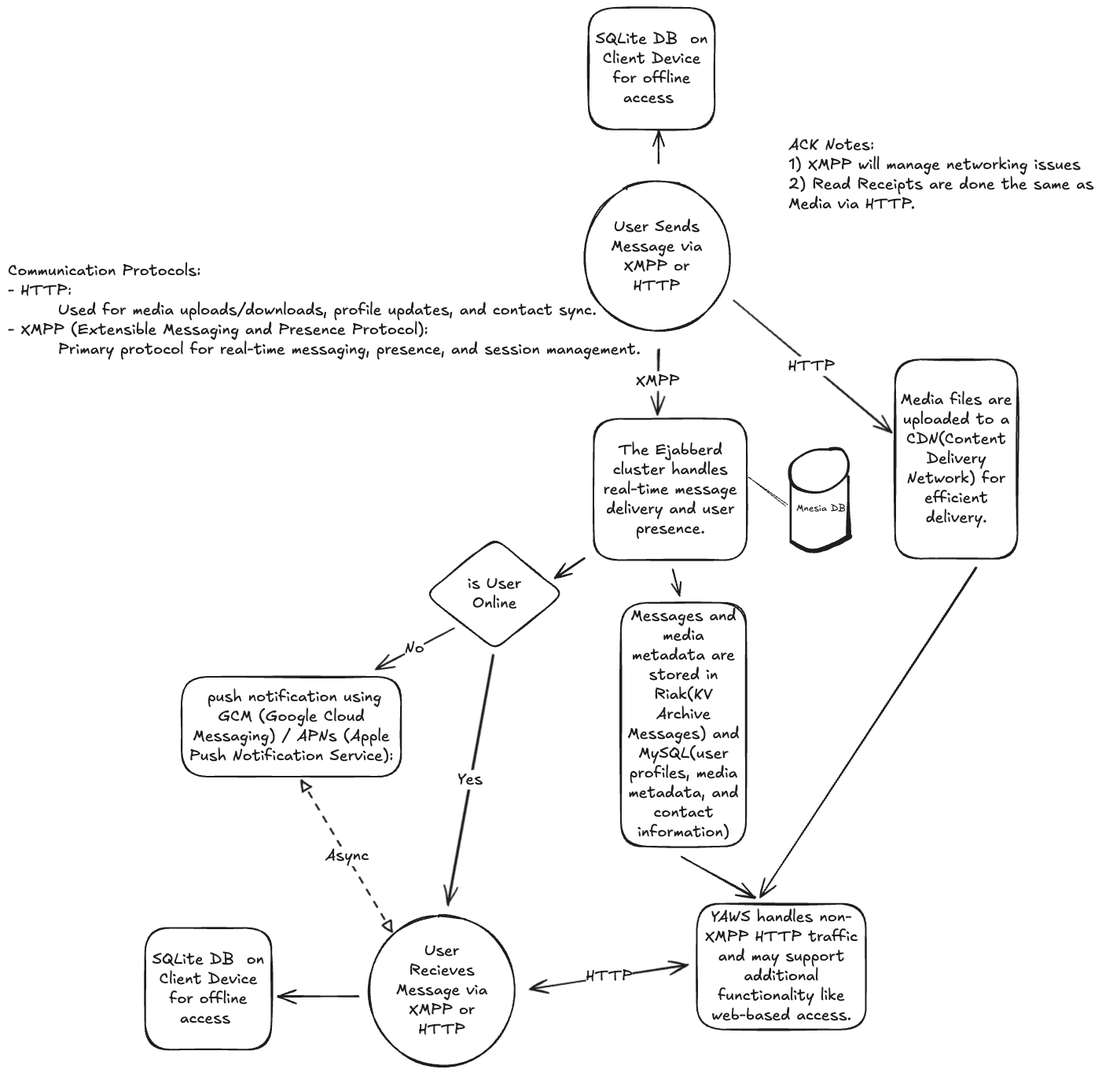
Before: facebook-messaging/FacebookMessaging.excalidraw.png, a diagram exported from Excalidraw (brandon-benge/InterviewPrep). Source tidied: one line per element, renumbered; positions are measured from the earlier drawing's top-left corner, leaving out a move shared by most shapes.
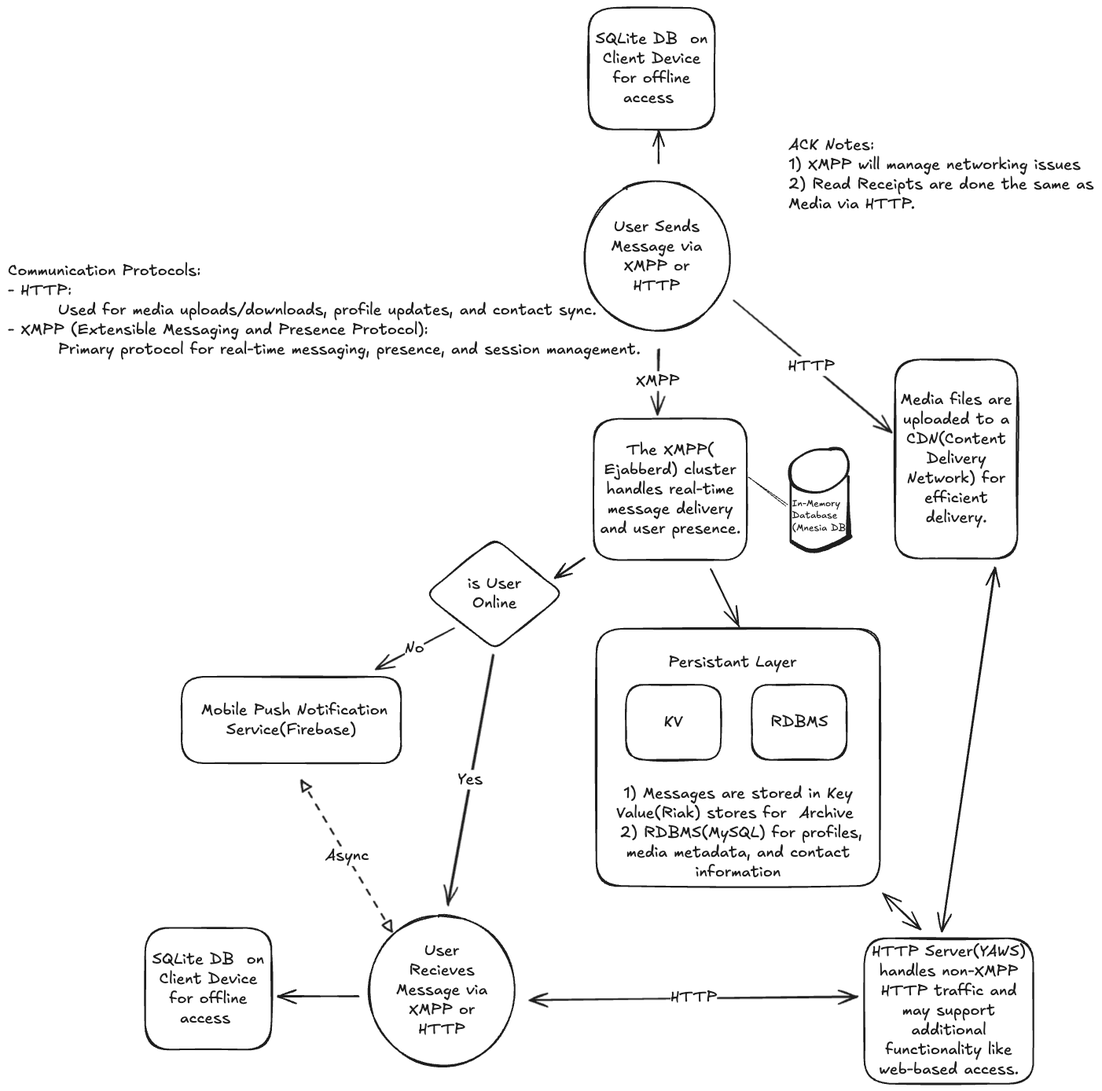
The same diagram one commit later.

Commit message:
Switching to PNG format

Change to the diagram source:
```diff
@@ -4,31 +4,31 @@
 {"id": 3, "type": "rectangle", "strokeColor": "#1e1e1e", "strokeWidth": 2, "roughness": 1, "round": true, "x": 739, "y": 0, "width": 161, "height": 155}
 {"id": 4, "type": "text", "text": "SQLite DB  on\nClient Device\nfor offline\naccess ", "strokeColor": "#1e1e1e", "strokeWidth": 2, "roughness": 1, "fontSize": 20, "fontFamily": 5, "textAlign": "center", "verticalAlign": "middle", "inside": 3, "x": 748, "y": 27, "width": 143, "height": 100}
 {"id": 5, "type": "rectangle", "strokeColor": "#1e1e1e", "strokeWidth": 2, "roughness": 1, "round": true, "x": 745, "y": 523, "width": 195, "height": 180}
-{"id": 6, "type": "text", "text": "The Ejabberd\ncluster handles\nreal-time message\ndelivery and user\npresence.", "strokeColor": "#1e1e1e", "strokeWidth": 2, "roughness": 1, "fontSize": 20, "fontFamily": 5, "textAlign": "center", "verticalAlign": "middle", "inside": 5, "x": 758, "y": 550, "width": 170, "height": 125}
+{"id": 6, "type": "text", "text": "The XMPP(\nEjabberd) cluster\nhandles real-time\nmessage delivery\nand user presence.", "strokeColor": "#1e1e1e", "strokeWidth": 2, "roughness": 1, "fontSize": 20, "fontFamily": 5, "textAlign": "center", "verticalAlign": "middle", "inside": 5, "x": 753, "y": 550, "width": 179, "height": 125}
-{"id": 7, "type": "rectangle", "strokeColor": "#1e1e1e", "strokeWidth": 2, "roughness": 1, "round": true, "x": 780, "y": 757, "width": 159, "height": 310}
+{"id": 7, "type": "rectangle", "strokeColor": "#1e1e1e", "strokeWidth": 2, "roughness": 1, "round": true, "x": 749, "y": 790, "width": 361, "height": 327}
-{"id": 8, "type": "text", "text": "Messages and\nmedia\nmetadata are\nstored in\nRiak(KV\nArchive\nMessages) and\nMySQL(user\nprofiles, media\nmetadata, and\ncontact\ninformation)", "strokeColor": "#1e1e1e", "strokeWidth": 2, "roughness": 1, "fontSize": 20, "fontFamily": 5, "textAlign": "center", "verticalAlign": "middle", "inside": 7, "x": 788, "y": 762, "width": 142, "height": 300}
+{"id": 8, "type": "text", "text": "1) Messages are stored in Key\nValue(Riak) stores for  Archive \n 2) RDBMS(MySQL) for profiles,\nmedia metadata, and contact\ninformation", "strokeColor": "#1e1e1e", "strokeWidth": 2, "roughness": 1, "fontSize": 20, "fontFamily": 5, "textAlign": "center", "verticalAlign": "bottom", "inside": 7, "x": 771, "y": 987, "width": 316, "height": 125}
 {"id": 9, "type": "text", "text": "Communication Protocols:\n- HTTP: \n        Used for media uploads/downloads, profile updates, and contact sync.\n- XMPP (Extensible Messaging and Presence Protocol): \n        Primary protocol for real-time messaging, presence, and session management.", "strokeColor": "#1e1e1e", "strokeWidth": 2, "roughness": 1, "fontSize": 20, "fontFamily": 5, "x": 0, "y": 322, "width": 805, "height": 125}
 {"id": 10, "type": "diamond", "strokeColor": "#1e1e1e", "strokeWidth": 2, "roughness": 1, "round": true, "x": 531, "y": 674, "width": 175, "height": 142}
 {"id": 11, "type": "text", "text": "is User\nOnline", "strokeColor": "#1e1e1e", "strokeWidth": 2, "roughness": 1, "fontSize": 20, "fontFamily": 5, "textAlign": "center", "verticalAlign": "middle", "inside": 10, "x": 585, "y": 720, "width": 68, "height": 50}
 {"id": 12, "type": "arrow", "strokeColor": "#1e1e1e", "strokeWidth": 2, "roughness": 1, "endArrowhead": "arrow", "round": true, "from": 5, "to": 10, "x": 734, "y": 700, "width": 38, "height": 25, "points": [[0, 0], [-38, 25]]}
-{"id": 13, "type": "rectangle", "strokeColor": "#1e1e1e", "strokeWidth": 2, "roughness": 1, "round": true, "x": 221, "y": 851, "width": 279, "height": 127}
+{"id": 13, "type": "rectangle", "strokeColor": "#1e1e1e", "strokeWidth": 2, "roughness": 1, "round": true, "x": 221, "y": 851, "width": 279, "height": 110}
-{"id": 14, "type": "text", "text": " push notification using\nGCM (Google Cloud\nMessaging) / APNs (Apple\nPush Notification Service):", "strokeColor": "#1e1e1e", "strokeWidth": 2, "roughness": 1, "fontSize": 20, "fontFamily": 5, "textAlign": "center", "verticalAlign": "middle", "inside": 13, "x": 231, "y": 864, "width": 260, "height": 100}
+{"id": 14, "type": "text", "text": " Mobile Push Notification\nService(Firebase)", "strokeColor": "#1e1e1e", "strokeWidth": 2, "roughness": 1, "fontSize": 20, "fontFamily": 5, "textAlign": "center", "verticalAlign": "middle", "inside": 13, "x": 238, "y": 881, "width": 245, "height": 50}
 {"id": 15, "type": "arrow", "strokeColor": "#1e1e1e", "strokeWidth": 2, "roughness": 1, "endArrowhead": "arrow", "round": true, "from": 10, "to": 13, "x": 567, "y": 789, "width": 99, "height": 52, "points": [[0, 0], [-99, 52]]}
 {"id": 16, "type": "text", "text": "No", "strokeColor": "#1e1e1e", "strokeWidth": 2, "roughness": 1, "fontSize": 20, "fontFamily": 5, "textAlign": "center", "verticalAlign": "middle", "inside": 15, "x": 1455, "y": 498, "width": 25, "height": 25}
-{"id": 17, "type": "arrow", "strokeColor": "#1e1e1e", "strokeWidth": 2, "roughness": 1, "endArrowhead": "arrow", "round": true, "from": 5, "to": 7, "x": 846, "y": 714, "width": 9, "height": 34, "points": [[0, 0], [9, 34]]}
+{"id": 17, "type": "arrow", "strokeColor": "#1e1e1e", "strokeWidth": 2, "roughness": 1, "endArrowhead": "arrow", "round": true, "from": 5, "to": 7, "x": 895, "y": 714, "width": 36, "height": 73, "points": [[0, 0], [36, 73]]}
 {"id": 18, "type": "rectangle", "strokeColor": "#1e1e1e", "strokeWidth": 2, "roughness": 1, "round": true, "x": 1129, "y": 447, "width": 156, "height": 253}
 {"id": 19, "type": "text", "text": "Media files are\nuploaded to a\nCDN(Content\nDelivery\nNetwork) for\nefficient\ndelivery.", "strokeColor": "#1e1e1e", "strokeWidth": 2, "roughness": 1, "fontSize": 20, "fontFamily": 5, "textAlign": "center", "verticalAlign": "middle", "inside": 18, "x": 1136, "y": 486, "width": 142, "height": 175}
 {"id": 20, "type": "arrow", "strokeColor": "#1e1e1e", "strokeWidth": 2, "roughness": 1, "endArrowhead": "arrow", "round": true, "from": 0, "to": 18, "x": 923, "y": 372, "width": 199, "height": 168, "points": [[0, 0], [199, 168]]}
 {"id": 21, "type": "text", "text": "HTTP", "strokeColor": "#1e1e1e", "strokeWidth": 2, "roughness": 1, "fontSize": 20, "fontFamily": 5, "textAlign": "center", "verticalAlign": "middle", "inside": 20, "x": 993, "y": 444, "width": 60, "height": 25}
-{"id": 22, "type": "rectangle", "strokeColor": "#1e1e1e", "strokeWidth": 2, "roughness": 1, "round": true, "x": 877, "y": 1140, "width": 215, "height": 160}
+{"id": 22, "type": "rectangle", "strokeColor": "#1e1e1e", "strokeWidth": 2, "roughness": 1, "round": true, "x": 1090, "y": 1184, "width": 215, "height": 185}
-{"id": 23, "type": "text", "text": "YAWS handles non-\nXMPP HTTP traffic\nand may support\nadditional\nfunctionality like\nweb-based access.", "strokeColor": "#1e1e1e", "strokeWidth": 2, "roughness": 1, "fontSize": 20, "fontFamily": 5, "textAlign": "center", "verticalAlign": "middle", "inside": 22, "x": 887, "y": 1145, "width": 195, "height": 150}
+{"id": 23, "type": "text", "text": "HTTP Server(YAWS)\nhandles non-XMPP\nHTTP traffic and\nmay support\nadditional\nfunctionality like\nweb-based access.", "strokeColor": "#1e1e1e", "strokeWidth": 2, "roughness": 1, "fontSize": 20, "fontFamily": 5, "textAlign": "center", "verticalAlign": "middle", "inside": 22, "x": 1099, "y": 1189, "width": 196, "height": 175}
-{"id": 24, "type": "arrow", "strokeColor": "#1e1e1e", "strokeWidth": 2, "roughness": 1, "endArrowhead": "arrow", "round": true, "from": 7, "to": 22, "x": 857, "y": 1081, "width": 94, "height": 51, "points": [[0, 0], [94, 51]]}
+{"id": 24, "type": "arrow", "strokeColor": "#1e1e1e", "strokeWidth": 2, "roughness": 1, "startArrowhead": "arrow", "endArrowhead": "arrow", "round": true, "from": 7, "to": 22, "x": 1113, "y": 1127, "width": 48, "height": 45, "points": [[0, 0], [48, 45]]}
-{"id": 25, "type": "arrow", "strokeColor": "#1e1e1e", "strokeWidth": 2, "roughness": 1, "endArrowhead": "arrow", "round": true, "from": 18, "to": 22, "x": 1232, "y": 711, "width": 274, "height": 420, "points": [[0, 0], [-274, 420]]}
+{"id": 25, "type": "arrow", "strokeColor": "#1e1e1e", "strokeWidth": 2, "roughness": 1, "startArrowhead": "arrow", "endArrowhead": "arrow", "round": true, "from": 18, "to": 22, "x": 1255, "y": 711, "width": 67, "height": 464, "points": [[0, 0], [-67, 464]]}
 {"id": 26, "type": "freedraw", "strokeColor": "#1e1e1e", "strokeWidth": 1, "roughness": 1, "x": 1047, "y": 562, "width": 75, "height": 56, "points": [[0, 0], [-1, 0], [-7, 0], [-16, 0], [-28, 2], [-39, 8], [-46, 14], [-50, 18], [-52, 23], [-52, 27], [-52, 34], [-51, 41], [-48, 45], [-43, 49], [-36, 52], [-27, 55], [-18, 55], [-8, 54], [1, 50], [9, 45], [16, 39], [20, 33], [22, 27], [23, 19], [21, 10], [17, 3], [13, -1], [8, -1], [2, -1], [-2, 0], [0, 0]]}
 {"id": 27, "type": "freedraw", "strokeColor": "#1e1e1e", "strokeWidth": 1, "roughness": 1, "x": 996, "y": 594, "width": 0, "height": 85, "points": [[0, 0], [0, 0], [0, 1], [0, 5], [0, 13], [0, 24], [0, 36], [0, 47], [0, 58], [0, 67], [0, 74], [0, 79], [0, 82], [0, 84], [0, 85], [0, 85], [0, 85]]}
 {"id": 28, "type": "freedraw", "strokeColor": "#1e1e1e", "strokeWidth": 1, "roughness": 1, "x": 1069, "y": 596, "width": 1, "height": 73, "points": [[0, 0], [0, 0], [0, 1], [0, 4], [0, 8], [0, 12], [0, 16], [0, 21], [0, 26], [0, 29], [0, 33], [0, 36], [0, 38], [0, 41], [0, 44], [0, 47], [0, 49], [0, 51], [0, 52], [0, 52], [0, 53], [0, 53], [0, 54], [0, 56], [0, 57], [0, 57], [0, 58], [0, 60], [0, 61], [0, 63], [0, 63], [0, 64], [0, 64], [0, 65], [0, 66], [0, 67], [0, 68], [0, 68], [1, 69], [1, 69], [1, 69], [1, 70], [1, 71], [1, 71], [0, 73], [0, 73]]}
 {"id": 29, "type": "freedraw", "strokeColor": "#1e1e1e", "strokeWidth": 1, "roughness": 1, "x": 997, "y": 679, "width": 74, "height": 19, "points": [[0, 0], [1, 0], [3, 1], [6, 4], [9, 6], [14, 8], [18, 10], [23, 12], [27, 12], [31, 12], [35, 11], [38, 10], [41, 9], [43, 8], [45, 7], [49, 5], [54, 4], [56, 3], [58, 2], [60, 1], [62, 0], [64, -1], [66, -2], [67, -3], [69, -4], [71, -5], [73, -6], [74, -7], [74, -7]]}
-{"id": 30, "type": "text", "text": "Mnesia DB", "strokeColor": "#1e1e1e", "strokeWidth": 2, "roughness": 1, "fontSize": 12.16, "fontFamily": 5, "x": 1003, "y": 629, "width": 62, "height": 15}
+{"id": 30, "type": "text", "text": "In-Memory \nDatabase\n(Mnesia DB)", "strokeColor": "#1e1e1e", "strokeWidth": 2, "roughness": 1, "fontSize": 12.24, "fontFamily": 5, "x": 998, "y": 623, "width": 73, "height": 46}
 {"id": 31, "type": "line", "strokeColor": "#1e1e1e", "strokeWidth": 1, "roughness": 1, "round": true, "x": 943, "y": 596, "width": 47, "height": 37, "points": [[0, 0], [47, 37]]}
 {"id": 32, "type": "arrow", "strokeColor": "#1e1e1e", "strokeWidth": 2, "roughness": 1, "endArrowhead": "arrow", "round": true, "from": 0, "to": 5, "x": 827, "y": 434, "width": 0, "height": 83, "points": [[0, 0], [0, 83]]}
 {"id": 33, "type": "text", "text": "XMPP", "strokeColor": "#1e1e1e", "strokeWidth": 2, "roughness": 1, "fontSize": 20, "fontFamily": 5, "textAlign": "center", "verticalAlign": "middle", "inside": 32, "x": 800, "y": 453, "width": 56, "height": 25}
@@ -38,9 +38,14 @@
 {"id": 37, "type": "text", "text": "Async", "strokeColor": "#1e1e1e", "strokeWidth": 2, "strokeStyle": "dotted", "roughness": 1, "fontSize": 20, "fontFamily": 5, "textAlign": "center", "verticalAlign": "middle", "inside": 36, "x": 438, "y": 1053, "width": 56, "height": 25}
 {"id": 38, "type": "arrow", "strokeColor": "#1e1e1e", "strokeWidth": 2, "roughness": 1, "endArrowhead": "arrow", "round": true, "from": 10, "to": 34, "x": 617, "y": 822, "width": 57, "height": 319, "points": [[0, 0], [-57, 319]]}
 {"id": 39, "type": "text", "text": "Yes", "strokeColor": "#1e1e1e", "strokeWidth": 2, "strokeStyle": "dashed", "roughness": 1, "fontSize": 20, "fontFamily": 5, "textAlign": "center", "verticalAlign": "middle", "inside": 38, "x": 572, "y": 969, "width": 32, "height": 25}
-{"id": 40, "type": "arrow", "strokeColor": "#1e1e1e", "strokeWidth": 2, "roughness": 1, "startArrowhead": "arrow", "endArrowhead": "arrow", "round": true, "from": 34, "to": 22, "x": 664, "y": 1247, "width": 202, "height": 30, "points": [[0, 0], [202, -30]]}
+{"id": 40, "type": "arrow", "strokeColor": "#1e1e1e", "strokeWidth": 2, "roughness": 1, "startArrowhead": "arrow", "endArrowhead": "arrow", "round": true, "from": 34, "to": 22, "x": 664, "y": 1261, "width": 418, "height": 3, "points": [[0, 0], [418, -3]]}
 {"id": 41, "type": "text", "text": "HTTP", "strokeColor": "#1e1e1e", "strokeWidth": 2, "strokeStyle": "dashed", "roughness": 1, "fontSize": 20, "fontFamily": 5, "textAlign": "center", "verticalAlign": "middle", "inside": 40, "x": 735, "y": 1219, "width": 60, "height": 25}
 {"id": 42, "type": "rectangle", "strokeColor": "#1e1e1e", "strokeWidth": 2, "roughness": 1, "round": true, "x": 175, "y": 1171, "width": 161, "height": 155}
 {"id": 43, "type": "text", "text": "SQLite DB  on\nClient Device\nfor offline\naccess ", "strokeColor": "#1e1e1e", "strokeWidth": 2, "roughness": 1, "fontSize": 20, "fontFamily": 5, "textAlign": "center", "verticalAlign": "middle", "inside": 42, "x": 184, "y": 1198, "width": 143, "height": 100}
 {"id": 44, "type": "arrow", "strokeColor": "#1e1e1e", "strokeWidth": 2, "roughness": 1, "endArrowhead": "arrow", "round": true, "from": 34, "to": 42, "x": 445, "y": 1257, "width": 103, "height": 0, "points": [[0, 0], [-103, 0]]}
 {"id": 45, "type": "text", "text": "ACK Notes:\n1) XMPP will manage networking issues\n2) Read Receipts are done the same as\nMedia via HTTP. ", "strokeColor": "#1e1e1e", "strokeWidth": 2, "roughness": 1, "fontSize": 20, "fontFamily": 5, "x": 993, "y": 162, "width": 390, "height": 100}
+{"id": 46, "type": "rectangle", "strokeColor": "#1e1e1e", "strokeWidth": 2, "roughness": 1, "round": true, "x": 786, "y": 861, "width": 121, "height": 95}
+{"id": 47, "type": "text", "text": "KV", "strokeColor": "#1e1e1e", "strokeWidth": 2, "roughness": 1, "fontSize": 20, "fontFamily": 5, "textAlign": "center", "verticalAlign": "middle", "inside": 46, "x": 835, "y": 896, "width": 24, "height": 25}
+{"id": 48, "type": "rectangle", "strokeColor": "#1e1e1e", "strokeWidth": 2, "roughness": 1, "round": true, "x": 947, "y": 861, "width": 121, "height": 95}
+{"id": 49, "type": "text", "text": "RDBMS", "strokeColor": "#1e1e1e", "strokeWidth": 2, "roughness": 1, "fontSize": 20, "fontFamily": 5, "textAlign": "center", "verticalAlign": "middle", "inside": 48, "x": 970, "y": 897, "width": 73, "height": 25}
+{"id": 50, "type": "text", "text": "Persistant Layer", "strokeColor": "#1e1e1e", "strokeWidth": 2, "roughness": 1, "fontSize": 20, "fontFamily": 5, "x": 840, "y": 820, "width": 179, "height": 25}
```
